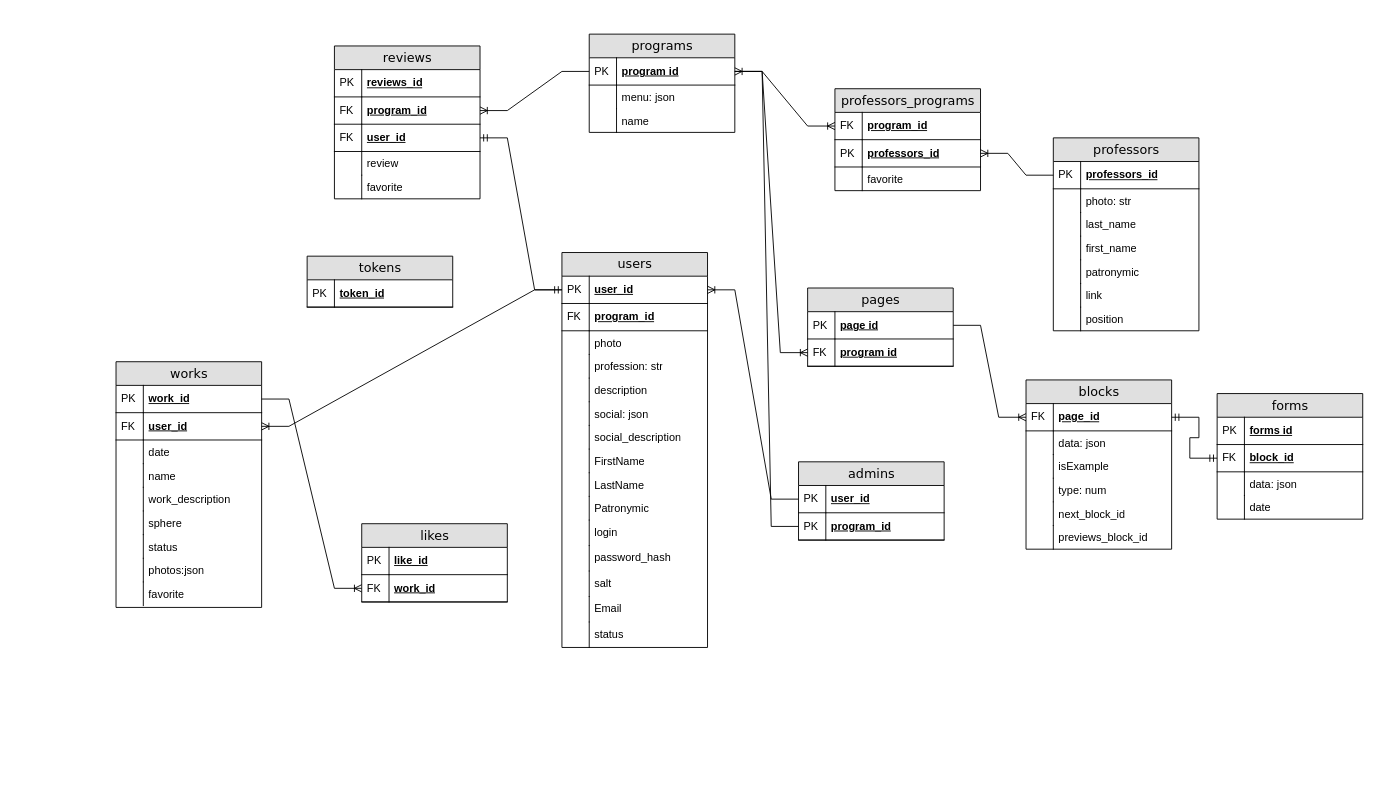
HerzenStudents-ITxD/lending-skills-frontend-docs-2025s keeps this draw.io diagram as Диаграмма без названия.drawio. Above is the earlier version. Source tidied: cells renumbered, new cells numbered last; positions are measured from the earlier drawing's top-left corner, leaving out a move shared by most shapes. Both pictures are drawn from the tidied source at 91%, with x=0, y=0 at pixel (116, 34).
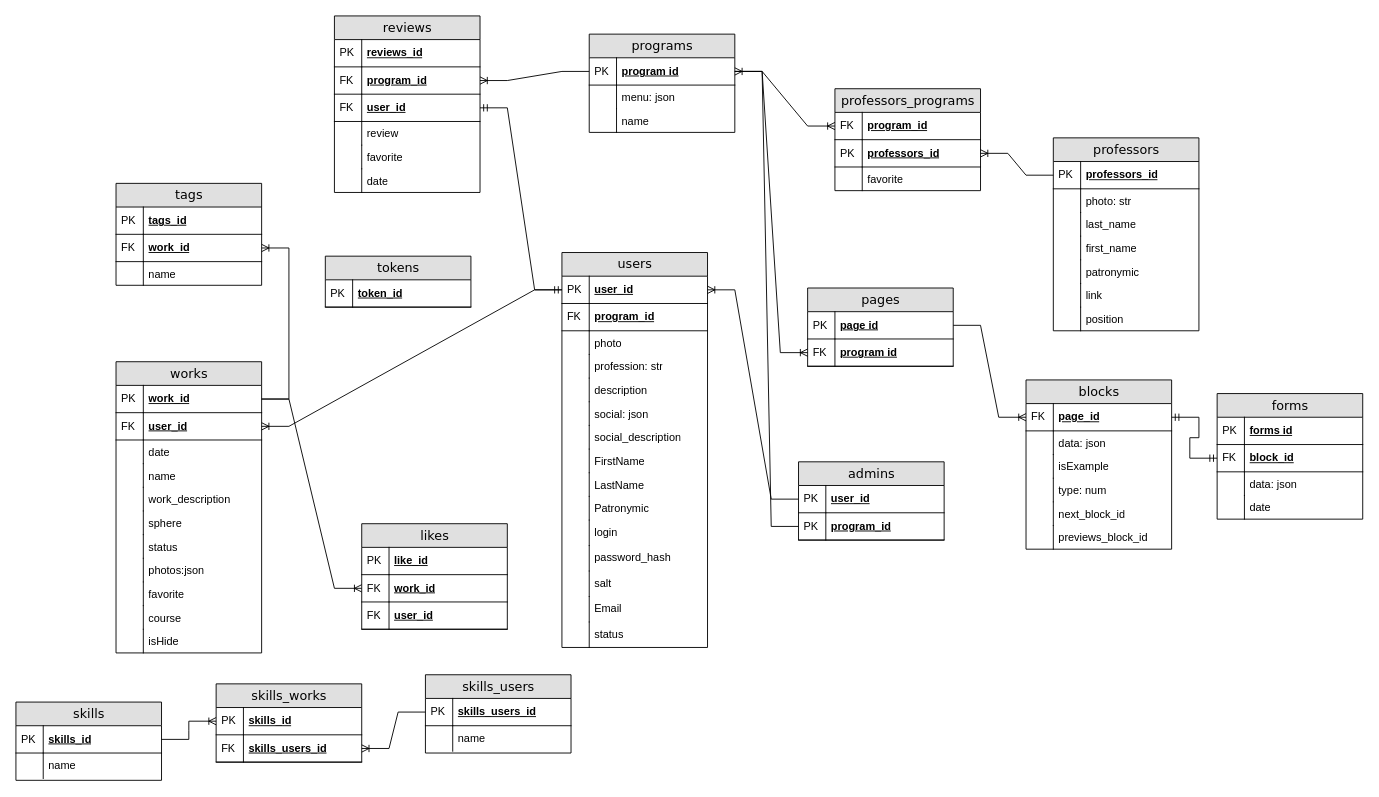
The same diagram, later.

The change refers to these unchanged cells:
```xml
<mxCell id="101" value="work_id" style="shape=partialRectangle;top=0;left=0;right=0;bottom=1;html=1;align=left;verticalAlign=middle;fillColor=none;spacingLeft=34;spacingRight=4;whiteSpace=wrap;overflow=hidden;points=[[0,0.5],[1,0.5]];portConstraint=eastwest;fontStyle=5;" parent="100" vertex="1">
  <mxGeometry y="26" width="160" height="30" as="geometry" />
</mxCell>
```

Change to the diagram source:
```diff
@@
     <mxCell id="24" value="reviews" style="swimlane;html=1;fontStyle=0;horizontal=1;startSize=26;fillColor=#e0e0e0;swimlaneFillColor=#ffffff;align=center;rounded=0;shadow=0;comic=0;labelBackgroundColor=none;strokeWidth=1;fontFamily=Verdana;fontSize=14;" parent="1" vertex="1">
-      <mxGeometry x="240" y="13" width="160" height="168" as="geometry" />
+      <mxGeometry x="240" y="-20" width="160" height="194" as="geometry" />
     </mxCell>
@@
+    <mxCell id="143" value="date" style="shape=partialRectangle;top=0;left=0;right=0;bottom=0;html=1;align=left;verticalAlign=top;fillColor=none;spacingLeft=34;spacingRight=4;whiteSpace=wrap;overflow=hidden;" parent="24" vertex="1">
+      <mxGeometry y="168" width="160" height="26" as="geometry" />
+    </mxCell>
+    <mxCell id="144" style="shape=partialRectangle;top=0;left=0;bottom=0;html=1;fillColor=none;align=left;verticalAlign=top;spacingLeft=4;spacingRight=4;whiteSpace=wrap;overflow=hidden;" parent="143" vertex="1">
+      <mxGeometry width="30" height="26" as="geometry" />
+    </mxCell>
@@
     <mxCell id="100" value="works" style="swimlane;html=1;fontStyle=0;horizontal=1;startSize=26;fillColor=#e0e0e0;swimlaneFillColor=#ffffff;align=center;rounded=0;shadow=0;comic=0;labelBackgroundColor=none;strokeWidth=1;fontFamily=Verdana;fontSize=14;" parent="1" vertex="1">
-      <mxGeometry y="360" width="160" height="270" as="geometry" />
+      <mxGeometry y="360" width="160" height="320" as="geometry" />
     </mxCell>
@@
+    <mxCell id="145" value="&lt;div&gt;course&lt;/div&gt;" style="shape=partialRectangle;top=0;left=0;right=0;bottom=0;html=1;align=left;verticalAlign=top;fillColor=none;spacingLeft=34;spacingRight=4;whiteSpace=wrap;overflow=hidden;" parent="100" vertex="1">
+      <mxGeometry y="268" width="160" height="26" as="geometry" />
+    </mxCell>
+    <mxCell id="146" style="shape=partialRectangle;top=0;left=0;bottom=0;html=1;fillColor=none;align=left;verticalAlign=top;spacingLeft=4;spacingRight=4;whiteSpace=wrap;overflow=hidden;" parent="145" vertex="1">
+      <mxGeometry width="30" height="26" as="geometry" />
+    </mxCell>
+    <mxCell id="147" value="isHide" style="shape=partialRectangle;top=0;left=0;right=0;bottom=0;html=1;align=left;verticalAlign=top;fillColor=none;spacingLeft=34;spacingRight=4;whiteSpace=wrap;overflow=hidden;" parent="100" vertex="1">
+      <mxGeometry y="294" width="160" height="26" as="geometry" />
+    </mxCell>
+    <mxCell id="148" style="shape=partialRectangle;top=0;left=0;bottom=0;html=1;fillColor=none;align=left;verticalAlign=top;spacingLeft=4;spacingRight=4;whiteSpace=wrap;overflow=hidden;" parent="147" vertex="1">
+      <mxGeometry width="30" height="26" as="geometry" />
+    </mxCell>
@@
     <mxCell id="121" value="tokens" style="swimlane;html=1;fontStyle=0;horizontal=1;startSize=26;fillColor=#e0e0e0;swimlaneFillColor=#ffffff;align=center;rounded=0;shadow=0;comic=0;labelBackgroundColor=none;strokeWidth=1;fontFamily=Verdana;fontSize=14;" parent="1" vertex="1">
-      <mxGeometry x="210" y="244" width="160" height="56" as="geometry" />
+      <mxGeometry x="230" y="244" width="160" height="56" as="geometry" />
     </mxCell>
@@
     <mxCell id="125" value="likes" style="swimlane;html=1;fontStyle=0;horizontal=1;startSize=26;fillColor=#e0e0e0;swimlaneFillColor=#ffffff;align=center;rounded=0;shadow=0;comic=0;labelBackgroundColor=none;strokeWidth=1;fontFamily=Verdana;fontSize=14;" parent="1" vertex="1">
-      <mxGeometry x="270" y="538" width="160" height="86" as="geometry" />
+      <mxGeometry x="270" y="538" width="160" height="116" as="geometry" />
     </mxCell>
@@
+    <mxCell id="149" value="user_id" style="shape=partialRectangle;top=0;left=0;right=0;bottom=1;html=1;align=left;verticalAlign=middle;fillColor=none;spacingLeft=34;spacingRight=4;whiteSpace=wrap;overflow=hidden;fontStyle=5;" parent="125" vertex="1">
+      <mxGeometry y="86" width="160" height="30" as="geometry" />
+    </mxCell>
+    <mxCell id="150" value="FK" style="shape=partialRectangle;top=0;left=0;bottom=0;html=1;fillColor=none;align=left;verticalAlign=middle;spacingLeft=4;spacingRight=4;whiteSpace=wrap;overflow=hidden;" parent="149" vertex="1">
+      <mxGeometry width="30" height="30" as="geometry" />
+    </mxCell>
@@
+    <mxCell id="151" value="tags" style="swimlane;html=1;fontStyle=0;horizontal=1;startSize=26;fillColor=#e0e0e0;swimlaneFillColor=#ffffff;align=center;rounded=0;shadow=0;comic=0;labelBackgroundColor=none;strokeWidth=1;fontFamily=Verdana;fontSize=14;" parent="1" vertex="1">
+      <mxGeometry y="164" width="160" height="112" as="geometry" />
+    </mxCell>
+    <mxCell id="152" value="tags_id" style="shape=partialRectangle;top=0;left=0;right=0;bottom=1;html=1;align=left;verticalAlign=middle;fillColor=none;spacingLeft=34;spacingRight=4;whiteSpace=wrap;overflow=hidden;fontStyle=5;" parent="151" vertex="1">
+      <mxGeometry y="26" width="160" height="30" as="geometry" />
+    </mxCell>
+    <mxCell id="153" value="PK" style="shape=partialRectangle;top=0;left=0;bottom=0;html=1;fillColor=none;align=left;verticalAlign=middle;spacingLeft=4;spacingRight=4;whiteSpace=wrap;overflow=hidden;" parent="152" vertex="1">
+      <mxGeometry width="30" height="30" as="geometry" />
+    </mxCell>
+    <mxCell id="154" value="work_id" style="shape=partialRectangle;top=0;left=0;right=0;bottom=1;html=1;align=left;verticalAlign=middle;fillColor=none;spacingLeft=34;spacingRight=4;whiteSpace=wrap;overflow=hidden;points=[[0,0.5],[1,0.5]];portConstraint=eastwest;fontStyle=5;" parent="151" vertex="1">
+      <mxGeometry y="56" width="160" height="30" as="geometry" />
+    </mxCell>
+    <mxCell id="155" value="FK" style="shape=partialRectangle;top=0;left=0;bottom=0;html=1;fillColor=none;align=left;verticalAlign=middle;spacingLeft=4;spacingRight=4;whiteSpace=wrap;overflow=hidden;" parent="154" vertex="1">
+      <mxGeometry width="30" height="30" as="geometry" />
+    </mxCell>
+    <mxCell id="156" value="name" style="shape=partialRectangle;top=0;left=0;right=0;bottom=0;html=1;align=left;verticalAlign=top;fillColor=none;spacingLeft=34;spacingRight=4;whiteSpace=wrap;overflow=hidden;" parent="151" vertex="1">
+      <mxGeometry y="86" width="160" height="26" as="geometry" />
+    </mxCell>
+    <mxCell id="157" style="shape=partialRectangle;top=0;left=0;bottom=0;html=1;fillColor=none;align=left;verticalAlign=top;spacingLeft=4;spacingRight=4;whiteSpace=wrap;overflow=hidden;" parent="156" vertex="1">
+      <mxGeometry width="30" height="26" as="geometry" />
+    </mxCell>
+    <mxCell id="158" style="edgeStyle=entityRelationEdgeStyle;fontSize=12;html=1;endArrow=ERoneToMany;rounded=0;" parent="1" edge="1" source="101" target="154">
+      <mxGeometry relative="1" as="geometry" />
+    </mxCell>
+    <mxCell id="159" value="skills_works" style="swimlane;html=1;fontStyle=0;horizontal=1;startSize=26;fillColor=#e0e0e0;swimlaneFillColor=#ffffff;align=center;rounded=0;shadow=0;comic=0;labelBackgroundColor=none;strokeWidth=1;fontFamily=Verdana;fontSize=14;" parent="1" vertex="1">
+      <mxGeometry x="110" y="714" width="160" height="86" as="geometry" />
+    </mxCell>
+    <mxCell id="160" value="skills_id" style="shape=partialRectangle;top=0;left=0;right=0;bottom=1;html=1;align=left;verticalAlign=middle;fillColor=none;spacingLeft=34;spacingRight=4;whiteSpace=wrap;overflow=hidden;points=[[0,0.5],[1,0.5]];portConstraint=eastwest;fontStyle=5;" parent="159" vertex="1">
+      <mxGeometry y="26" width="160" height="30" as="geometry" />
+    </mxCell>
+    <mxCell id="161" value="PK" style="shape=partialRectangle;top=0;left=0;bottom=0;html=1;fillColor=none;align=left;verticalAlign=middle;spacingLeft=4;spacingRight=4;whiteSpace=wrap;overflow=hidden;" parent="160" vertex="1">
+      <mxGeometry width="30" height="30" as="geometry" />
+    </mxCell>
+    <mxCell id="162" value="skills_users_id" style="shape=partialRectangle;top=0;left=0;right=0;bottom=1;html=1;align=left;verticalAlign=middle;fillColor=none;spacingLeft=34;spacingRight=4;whiteSpace=wrap;overflow=hidden;points=[[0,0.5],[1,0.5]];portConstraint=eastwest;fontStyle=5;" parent="159" vertex="1">
+      <mxGeometry y="56" width="160" height="30" as="geometry" />
+    </mxCell>
+    <mxCell id="163" value="FK" style="shape=partialRectangle;top=0;left=0;bottom=0;html=1;fillColor=none;align=left;verticalAlign=middle;spacingLeft=4;spacingRight=4;whiteSpace=wrap;overflow=hidden;" parent="162" vertex="1">
+      <mxGeometry width="30" height="30" as="geometry" />
+    </mxCell>
+    <mxCell id="164" value="skills" style="swimlane;html=1;fontStyle=0;horizontal=1;startSize=26;fillColor=#e0e0e0;swimlaneFillColor=#ffffff;align=center;rounded=0;shadow=0;comic=0;labelBackgroundColor=none;strokeWidth=1;fontFamily=Verdana;fontSize=14;" parent="1" vertex="1">
+      <mxGeometry x="-110" y="734" width="160" height="86" as="geometry" />
+    </mxCell>
+    <mxCell id="165" value="skills_id" style="shape=partialRectangle;top=0;left=0;right=0;bottom=1;html=1;align=left;verticalAlign=middle;fillColor=none;spacingLeft=34;spacingRight=4;whiteSpace=wrap;overflow=hidden;points=[[0,0.5],[1,0.5]];portConstraint=eastwest;fontStyle=5;" parent="164" vertex="1">
+      <mxGeometry y="26" width="160" height="30" as="geometry" />
+    </mxCell>
+    <mxCell id="166" value="PK" style="shape=partialRectangle;top=0;left=0;bottom=0;html=1;fillColor=none;align=left;verticalAlign=middle;spacingLeft=4;spacingRight=4;whiteSpace=wrap;overflow=hidden;" parent="165" vertex="1">
+      <mxGeometry width="30" height="30" as="geometry" />
+    </mxCell>
+    <mxCell id="167" value="name" style="shape=partialRectangle;top=0;left=0;right=0;bottom=0;html=1;align=left;verticalAlign=top;fillColor=none;spacingLeft=34;spacingRight=4;whiteSpace=wrap;overflow=hidden;" parent="164" vertex="1">
+      <mxGeometry y="56" width="160" height="28" as="geometry" />
+    </mxCell>
+    <mxCell id="168" style="shape=partialRectangle;top=0;left=0;bottom=0;html=1;fillColor=none;align=left;verticalAlign=top;spacingLeft=4;spacingRight=4;whiteSpace=wrap;overflow=hidden;" parent="167" vertex="1">
+      <mxGeometry width="30" height="28" as="geometry" />
+    </mxCell>
+    <mxCell id="169" value="skills_users" style="swimlane;html=1;fontStyle=0;horizontal=1;startSize=26;fillColor=#e0e0e0;swimlaneFillColor=#ffffff;align=center;rounded=0;shadow=0;comic=0;labelBackgroundColor=none;strokeWidth=1;fontFamily=Verdana;fontSize=14;" parent="1" vertex="1">
+      <mxGeometry x="340" y="704" width="160" height="86" as="geometry" />
+    </mxCell>
+    <mxCell id="170" value="skills_users_id" style="shape=partialRectangle;top=0;left=0;right=0;bottom=1;html=1;align=left;verticalAlign=middle;fillColor=none;spacingLeft=34;spacingRight=4;whiteSpace=wrap;overflow=hidden;points=[[0,0.5],[1,0.5]];portConstraint=eastwest;fontStyle=5;" parent="169" vertex="1">
+      <mxGeometry y="26" width="160" height="30" as="geometry" />
+    </mxCell>
+    <mxCell id="171" value="PK" style="shape=partialRectangle;top=0;left=0;bottom=0;html=1;fillColor=none;align=left;verticalAlign=middle;spacingLeft=4;spacingRight=4;whiteSpace=wrap;overflow=hidden;" parent="170" vertex="1">
+      <mxGeometry width="30" height="30" as="geometry" />
+    </mxCell>
+    <mxCell id="172" value="name" style="shape=partialRectangle;top=0;left=0;right=0;bottom=0;html=1;align=left;verticalAlign=top;fillColor=none;spacingLeft=34;spacingRight=4;whiteSpace=wrap;overflow=hidden;" parent="169" vertex="1">
+      <mxGeometry y="56" width="160" height="28" as="geometry" />
+    </mxCell>
+    <mxCell id="173" style="shape=partialRectangle;top=0;left=0;bottom=0;html=1;fillColor=none;align=left;verticalAlign=top;spacingLeft=4;spacingRight=4;whiteSpace=wrap;overflow=hidden;" parent="172" vertex="1">
+      <mxGeometry width="30" height="28" as="geometry" />
+    </mxCell>
+    <mxCell id="174" style="edgeStyle=entityRelationEdgeStyle;fontSize=12;html=1;endArrow=ERoneToMany;rounded=0;" parent="1" edge="1" source="165" target="160">
+      <mxGeometry relative="1" as="geometry">
+        <Array as="points">
+          <mxPoint x="200" y="494" />
+        </Array>
+      </mxGeometry>
+    </mxCell>
+    <mxCell id="175" style="edgeStyle=entityRelationEdgeStyle;fontSize=12;html=1;endArrow=ERoneToMany;rounded=0;" parent="1" edge="1" source="170" target="162">
+      <mxGeometry relative="1" as="geometry">
+        <Array as="points">
+          <mxPoint x="210" y="504" />
+        </Array>
+      </mxGeometry>
+    </mxCell>
```
